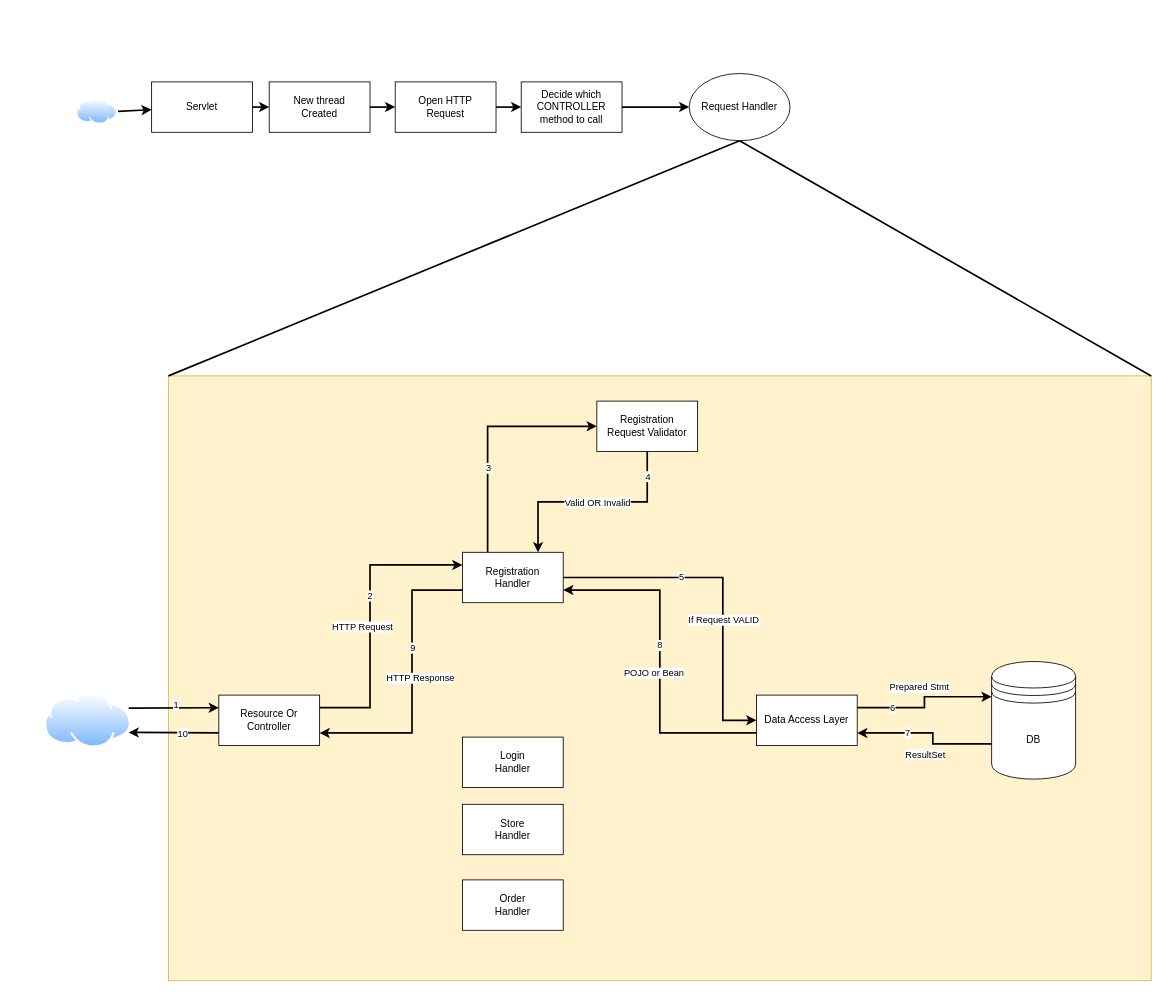
Earlier version of the draw.io diagram Registration.drawio (jananiakhash/diagrams). Source tidied: cells renumbered, new cells numbered last; positions are measured from the earlier drawing's top-left corner, leaving out a move shared by most shapes. Both pictures are drawn from the tidied source at 84%, with x=0, y=0 at pixel (42, 73).
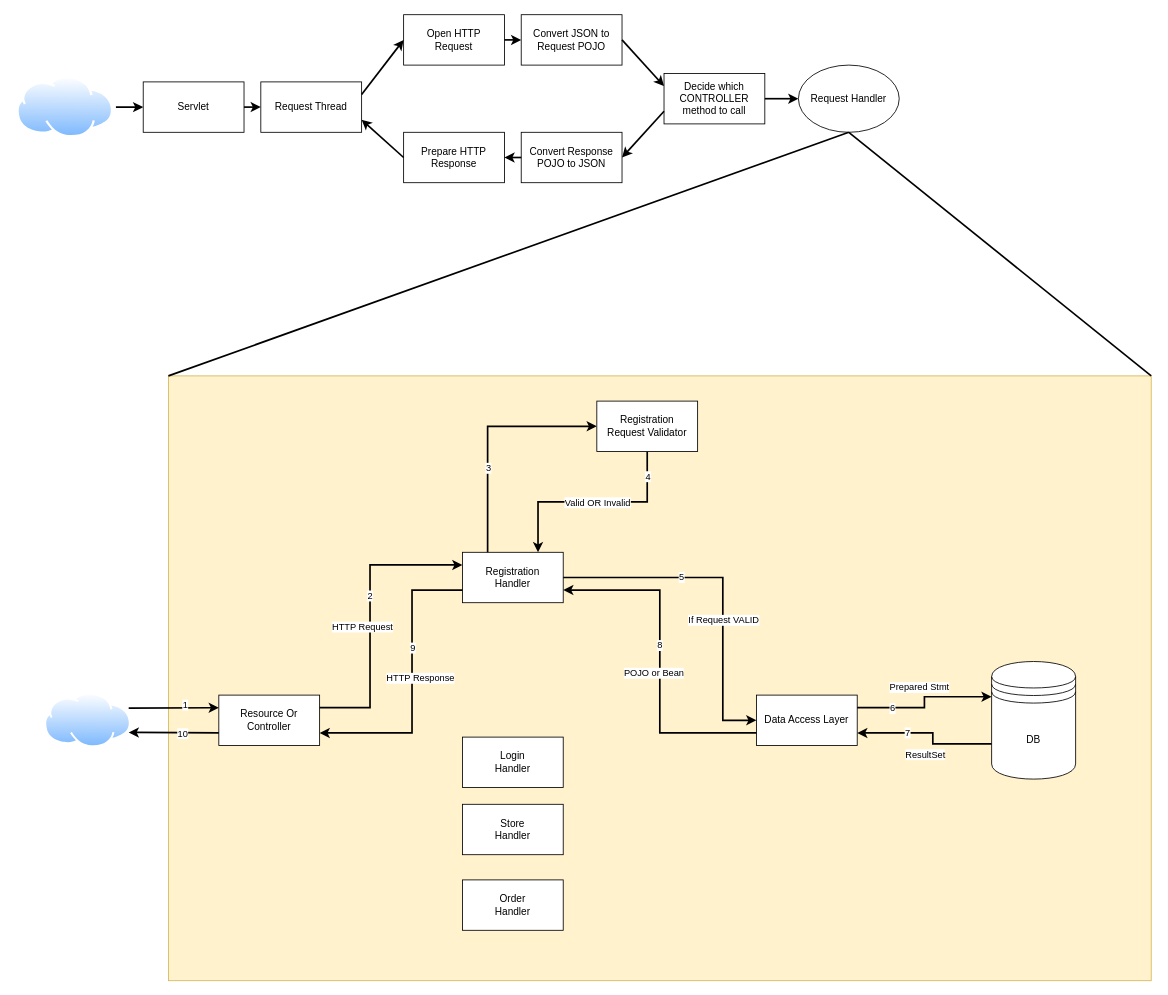
The same page after the edit.

Unchanged cells that the change refers to:
```xml
<mxCell id="39" style="endArrow=classic;html=1;rounded=0;exitX=1;exitY=0.25;exitDx=0;exitDy=0;entryX=0;entryY=0.25;entryDx=0;entryDy=0;strokeWidth=2;" parent="1" edge="1" source="17" target="8">
  <mxGeometry relative="1" as="geometry" />
</mxCell>
```

Change to the diagram source:
```diff
@@
     <mxCell id="3" value="Servlet" style="rounded=0;whiteSpace=wrap;html=1;" parent="1" vertex="1">
-      <mxGeometry x="130" y="10" width="120" height="60" as="geometry" />
+      <mxGeometry x="120" y="10" width="120" height="60" as="geometry" />
     </mxCell>
     <mxCell id="4" style="perimeter=ellipsePerimeter;html=1;align=center;shadow=0;dashed=0;spacingTop=3;image;image=img/lib/active_directory/internet_cloud.svg;" parent="1" vertex="1">
-      <mxGeometry x="40" y="30" width="50" height="30" as="geometry" />
+      <mxGeometry x="-33.3" y="3.8" width="120.8" height="72.5" as="geometry" />
     </mxCell>
-    <mxCell id="5" value="New thread &lt;br&gt;Created" style="rounded=0;whiteSpace=wrap;html=1;" parent="1" vertex="1">
-      <mxGeometry x="270" y="10" width="120" height="60" as="geometry" />
+    <mxCell id="5" value="Request Thread" style="rounded=0;whiteSpace=wrap;html=1;" parent="1" vertex="1">
+      <mxGeometry x="260" y="10" width="120" height="60" as="geometry" />
     </mxCell>
     <mxCell id="6" value="Open HTTP &lt;br&gt;Request" style="rounded=0;whiteSpace=wrap;html=1;" parent="1" vertex="1">
-      <mxGeometry x="420" y="10" width="120" height="60" as="geometry" />
+      <mxGeometry x="430" y="-70" width="120" height="60" as="geometry" />
     </mxCell>
     <mxCell id="7" value="Decide which CONTROLLER method to call" style="rounded=0;whiteSpace=wrap;html=1;" parent="1" vertex="1">
-      <mxGeometry x="570" y="10" width="120" height="60" as="geometry" />
+      <mxGeometry x="740" width="120" height="60" as="geometry" />
     </mxCell>
@@
     <mxCell id="40" value="1" style="edgeLabel;html=1;align=center;verticalAlign=middle;" parent="39" vertex="1">
-      <mxGeometry x="0.05" y="4" relative="1" as="geometry" />
+      <mxGeometry x="0.05" y="4" relative="1" as="geometry">
+        <mxPoint x="11" as="offset" />
+      </mxGeometry>
     </mxCell>
@@
     <mxCell id="42" value="Request Handler" style="ellipse;whiteSpace=wrap;html=1;" parent="1" vertex="1">
-      <mxGeometry x="770" width="120" height="80" as="geometry" />
+      <mxGeometry x="900" y="-10" width="120" height="80" as="geometry" />
     </mxCell>
@@
-    <mxCell id="45" style="endArrow=classic;html=1;rounded=0;strokeWidth=2;exitX=1;exitY=0.5;exitDx=0;exitDy=0;entryX=0;entryY=0.5;entryDx=0;entryDy=0;" parent="1" edge="1" source="5" target="6">
+    <mxCell id="45" style="endArrow=classic;html=1;rounded=0;strokeWidth=2;exitX=1;exitY=0.25;exitDx=0;exitDy=0;entryX=0;entryY=0.5;entryDx=0;entryDy=0;" parent="1" edge="1" source="5" target="6">
       <mxGeometry relative="1" as="geometry" />
     </mxCell>
-    <mxCell id="46" style="endArrow=classic;html=1;rounded=0;strokeWidth=2;exitX=1;exitY=0.5;exitDx=0;exitDy=0;entryX=0;entryY=0.5;entryDx=0;entryDy=0;" parent="1" edge="1" source="6" target="7">
+    <mxCell id="46" style="endArrow=classic;html=1;rounded=0;strokeWidth=2;exitX=1;exitY=0.5;exitDx=0;exitDy=0;entryX=0;entryY=0.5;entryDx=0;entryDy=0;" parent="1" edge="1" source="6" target="50">
       <mxGeometry relative="1" as="geometry" />
     </mxCell>
@@
+    <mxCell id="50" value="Convert JSON to Request POJO" style="rounded=0;whiteSpace=wrap;html=1;" parent="1" vertex="1">
+      <mxGeometry x="570" y="-70" width="120" height="60" as="geometry" />
+    </mxCell>
+    <mxCell id="51" style="endArrow=classic;html=1;rounded=0;strokeWidth=2;exitX=1;exitY=0.5;exitDx=0;exitDy=0;entryX=0;entryY=0.25;entryDx=0;entryDy=0;" parent="1" edge="1" source="50" target="7">
+      <mxGeometry relative="1" as="geometry" />
+    </mxCell>
+    <mxCell id="52" value="Prepare HTTP &lt;br&gt;Response" style="rounded=0;whiteSpace=wrap;html=1;" parent="1" vertex="1">
+      <mxGeometry x="430" y="70" width="120" height="60" as="geometry" />
+    </mxCell>
+    <mxCell id="53" value="Convert Response POJO to JSON" style="rounded=0;whiteSpace=wrap;html=1;" parent="1" vertex="1">
+      <mxGeometry x="570" y="70" width="120" height="60" as="geometry" />
+    </mxCell>
+    <mxCell id="54" style="endArrow=classic;html=1;rounded=0;strokeWidth=2;exitX=0;exitY=0.5;exitDx=0;exitDy=0;entryX=1;entryY=0.75;entryDx=0;entryDy=0;" parent="1" edge="1" source="52" target="5">
+      <mxGeometry relative="1" as="geometry" />
+    </mxCell>
+    <mxCell id="55" style="endArrow=classic;html=1;rounded=0;strokeWidth=2;exitX=0;exitY=0.5;exitDx=0;exitDy=0;entryX=1;entryY=0.5;entryDx=0;entryDy=0;" parent="1" edge="1" source="53" target="52">
+      <mxGeometry relative="1" as="geometry" />
+    </mxCell>
+    <mxCell id="56" style="endArrow=classic;html=1;rounded=0;strokeWidth=2;exitX=0;exitY=0.75;exitDx=0;exitDy=0;entryX=1;entryY=0.5;entryDx=0;entryDy=0;" parent="1" edge="1" source="7" target="53">
+      <mxGeometry relative="1" as="geometry" />
+    </mxCell>
```
